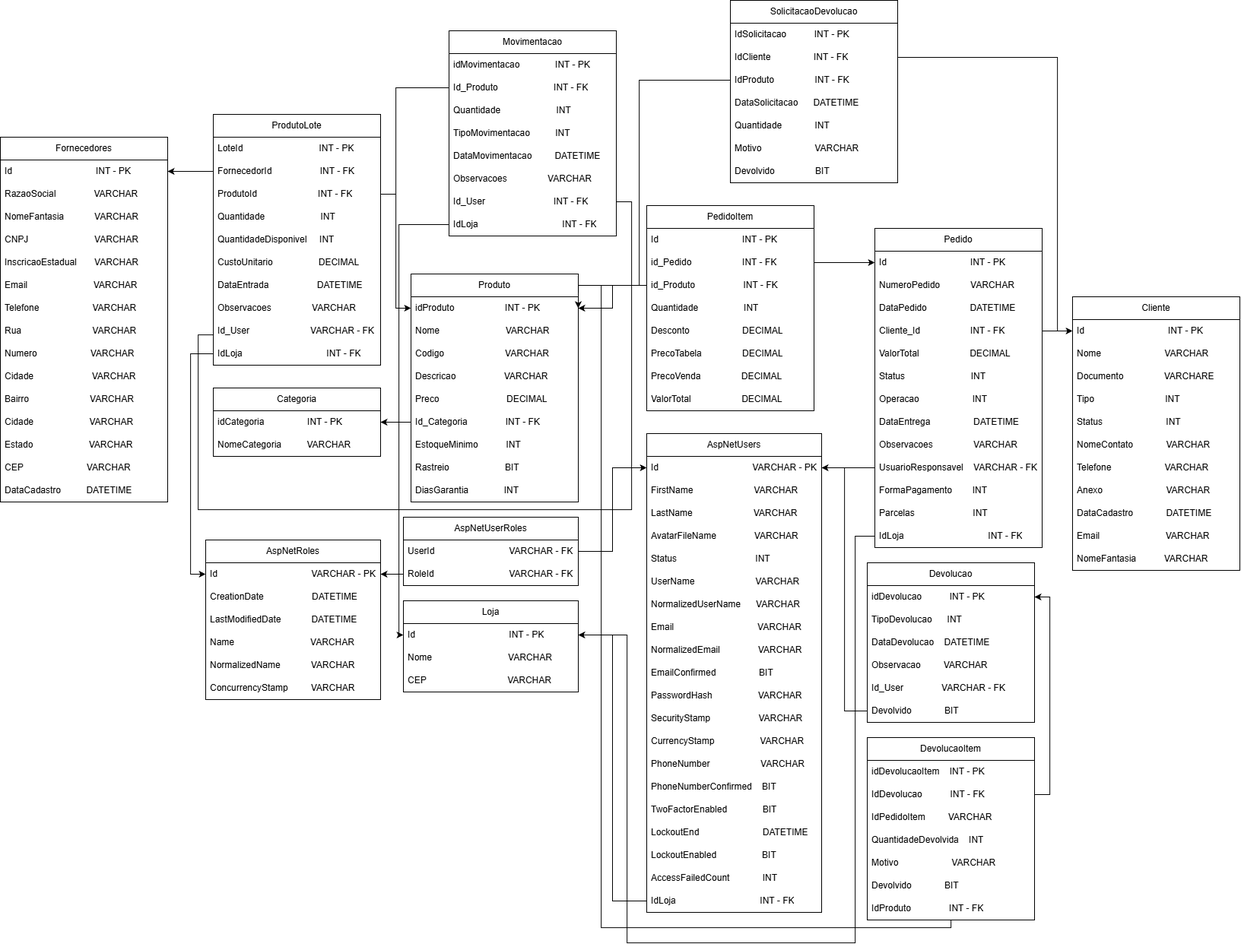
Above: docs/Figuras/DERestoque.png in VitorDaSilvaOliveira/Projeto-Integrado-IFSP (draw.io), before the change. Source tidied: cells renumbered, new cells last; positions are measured from the earlier drawing's top-left corner, leaving out a move shared by most shapes.
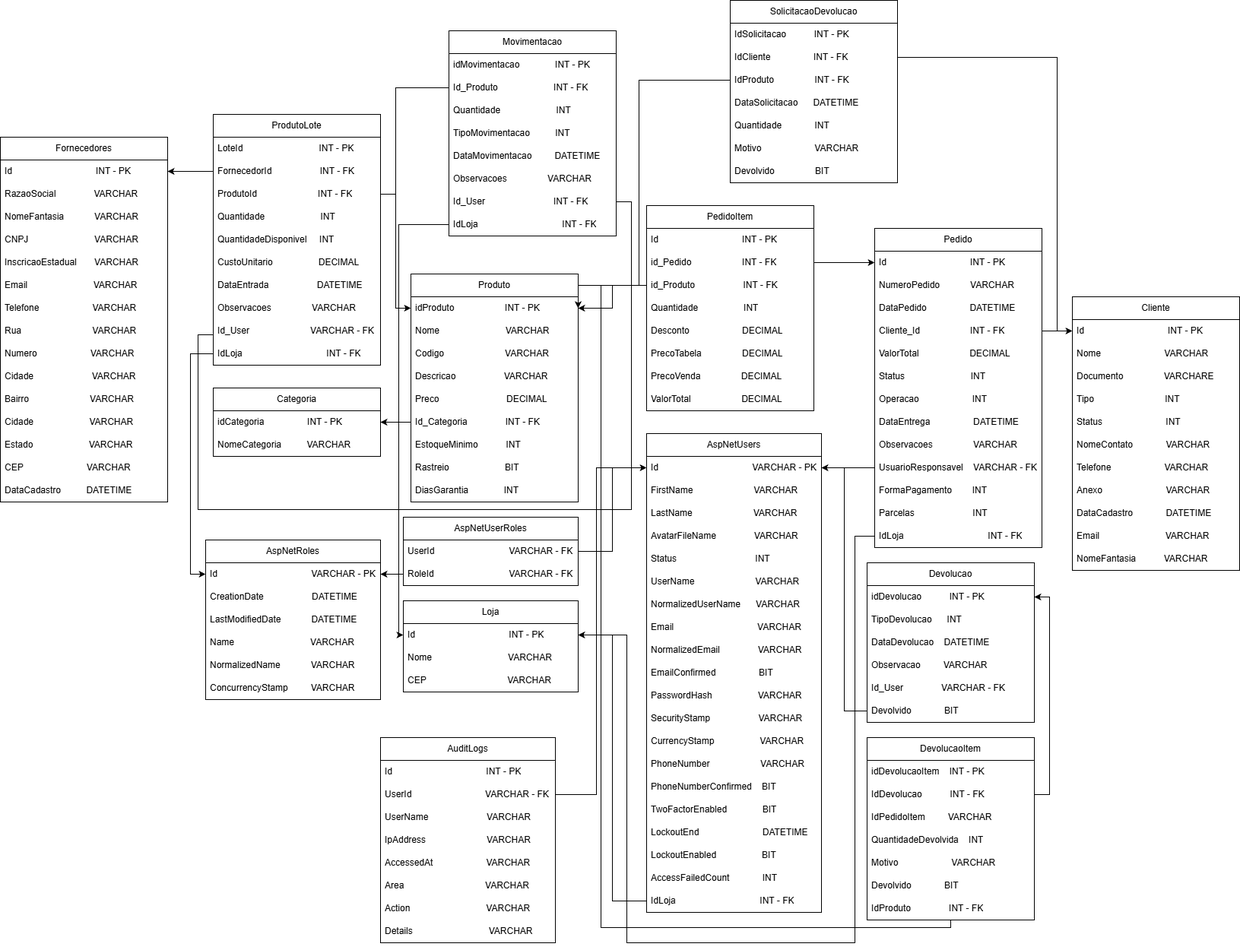
The same diagram one commit later.

Diff of the diagram source:
```diff
@@ -532,5 +532,40 @@
     <mxCell id="164" style="edgeStyle=orthogonalEdgeStyle;rounded=0;jettySize=auto;html=1;entryX=0;entryY=0.5;entryDx=0;entryDy=0;" parent="1" edge="1" source="114" target="60">
       <mxGeometry relative="1" as="geometry" />
     </mxCell>
+    <mxCell id="165" value="AuditLogs" style="swimlane;fontStyle=0;horizontal=1;startSize=30;whiteSpace=wrap;html=1;" parent="1" vertex="1">
+      <mxGeometry x="500" y="970" width="230" height="270" as="geometry" />
+    </mxCell>
+    <mxCell id="166" value="Id&lt;span style=&quot;white-space: pre;&quot;&gt;&#9;&lt;/span&gt;&lt;span style=&quot;white-space: pre;&quot;&gt;&#9;&lt;/span&gt;&lt;span style=&quot;white-space: pre;&quot;&gt;&#9;&lt;/span&gt;&amp;nbsp; &amp;nbsp; &amp;nbsp; &amp;nbsp; &amp;nbsp; &amp;nbsp; &amp;nbsp; &amp;nbsp; INT - PK" style="text;strokeColor=none;fillColor=none;align=left;verticalAlign=middle;spacingLeft=4;spacingRight=4;overflow=hidden;whiteSpace=wrap;html=1;" parent="165" vertex="1">
+      <mxGeometry y="30" width="230" height="30" as="geometry" />
+    </mxCell>
+    <mxCell id="167" value="UserId&amp;nbsp; &amp;nbsp; &amp;nbsp; &amp;nbsp; &amp;nbsp; &amp;nbsp; &amp;nbsp; &amp;nbsp; &amp;nbsp; &amp;nbsp; &amp;nbsp; &amp;nbsp; &amp;nbsp; &amp;nbsp; &amp;nbsp;VARCHAR - FK" style="text;strokeColor=none;fillColor=none;align=left;verticalAlign=middle;spacingLeft=4;spacingRight=4;overflow=hidden;points=[[0,0.5],[1,0.5]];portConstraint=eastwest;whiteSpace=wrap;html=1;" parent="165" vertex="1">
+      <mxGeometry y="60" width="230" height="30" as="geometry" />
+    </mxCell>
+    <mxCell id="168" value="UserName&amp;nbsp; &amp;nbsp; &amp;nbsp; &amp;nbsp; &amp;nbsp; &amp;nbsp; &amp;nbsp; &amp;nbsp; &amp;nbsp; &amp;nbsp; &amp;nbsp; &amp;nbsp;VARCHAR" style="text;strokeColor=none;fillColor=none;align=left;verticalAlign=middle;spacingLeft=4;spacingRight=4;overflow=hidden;whiteSpace=wrap;html=1;" parent="165" vertex="1">
+      <mxGeometry y="90" width="230" height="30" as="geometry" />
+    </mxCell>
+    <mxCell id="169" value="IpAddress&amp;nbsp; &amp;nbsp; &amp;nbsp; &amp;nbsp; &amp;nbsp; &amp;nbsp; &amp;nbsp; &amp;nbsp; &amp;nbsp; &amp;nbsp; &amp;nbsp; &amp;nbsp; VARCHAR" style="text;strokeColor=none;fillColor=none;align=left;verticalAlign=middle;spacingLeft=4;spacingRight=4;overflow=hidden;whiteSpace=wrap;html=1;" parent="165" vertex="1">
+      <mxGeometry y="120" width="230" height="30" as="geometry" />
+    </mxCell>
+    <mxCell id="170" value="AccessedAt&amp;nbsp; &amp;nbsp; &amp;nbsp; &amp;nbsp; &amp;nbsp; &amp;nbsp; &amp;nbsp; &amp;nbsp; &amp;nbsp; &amp;nbsp; &amp;nbsp;VARCHAR" style="text;strokeColor=none;fillColor=none;align=left;verticalAlign=middle;spacingLeft=4;spacingRight=4;overflow=hidden;whiteSpace=wrap;html=1;" parent="165" vertex="1">
+      <mxGeometry y="150" width="230" height="30" as="geometry" />
+    </mxCell>
+    <mxCell id="171" value="Area&amp;nbsp; &amp;nbsp; &amp;nbsp; &amp;nbsp; &amp;nbsp; &amp;nbsp; &amp;nbsp; &amp;nbsp; &amp;nbsp; &amp;nbsp; &amp;nbsp; &amp;nbsp; &amp;nbsp; &amp;nbsp; &amp;nbsp; &amp;nbsp; VARCHAR" style="text;strokeColor=none;fillColor=none;align=left;verticalAlign=middle;spacingLeft=4;spacingRight=4;overflow=hidden;whiteSpace=wrap;html=1;" parent="165" vertex="1">
+      <mxGeometry y="180" width="230" height="30" as="geometry" />
+    </mxCell>
+    <mxCell id="172" value="Action&amp;nbsp; &amp;nbsp; &amp;nbsp; &amp;nbsp; &amp;nbsp; &amp;nbsp; &amp;nbsp; &amp;nbsp; &amp;nbsp; &amp;nbsp; &amp;nbsp; &amp;nbsp; &amp;nbsp; &amp;nbsp; &amp;nbsp; VARCHAR" style="text;strokeColor=none;fillColor=none;align=left;verticalAlign=middle;spacingLeft=4;spacingRight=4;overflow=hidden;whiteSpace=wrap;html=1;" parent="165" vertex="1">
+      <mxGeometry y="210" width="230" height="30" as="geometry" />
+    </mxCell>
+    <mxCell id="173" value="Details&lt;span style=&quot;background-color: transparent; color: light-dark(rgb(0, 0, 0), rgb(255, 255, 255));&quot;&gt;&amp;nbsp; &amp;nbsp; &amp;nbsp; &amp;nbsp; &amp;nbsp; &amp;nbsp; &amp;nbsp; &amp;nbsp; &amp;nbsp; &amp;nbsp; &amp;nbsp; &amp;nbsp; &amp;nbsp; &amp;nbsp; &amp;nbsp; VARCHAR&lt;/span&gt;" style="text;strokeColor=none;fillColor=none;align=left;verticalAlign=middle;spacingLeft=4;spacingRight=4;overflow=hidden;whiteSpace=wrap;html=1;" parent="165" vertex="1">
+      <mxGeometry y="240" width="230" height="30" as="geometry" />
+    </mxCell>
+    <mxCell id="174" style="edgeStyle=orthogonalEdgeStyle;rounded=0;jettySize=auto;html=1;entryX=0;entryY=0.5;entryDx=0;entryDy=0;" parent="1" edge="1" source="167" target="39">
+      <mxGeometry relative="1" as="geometry">
+        <Array as="points">
+          <mxPoint x="784" y="1045" />
+          <mxPoint x="784" y="615" />
+        </Array>
+      </mxGeometry>
+    </mxCell>
   </root>
 </mxGraphModel>
```
